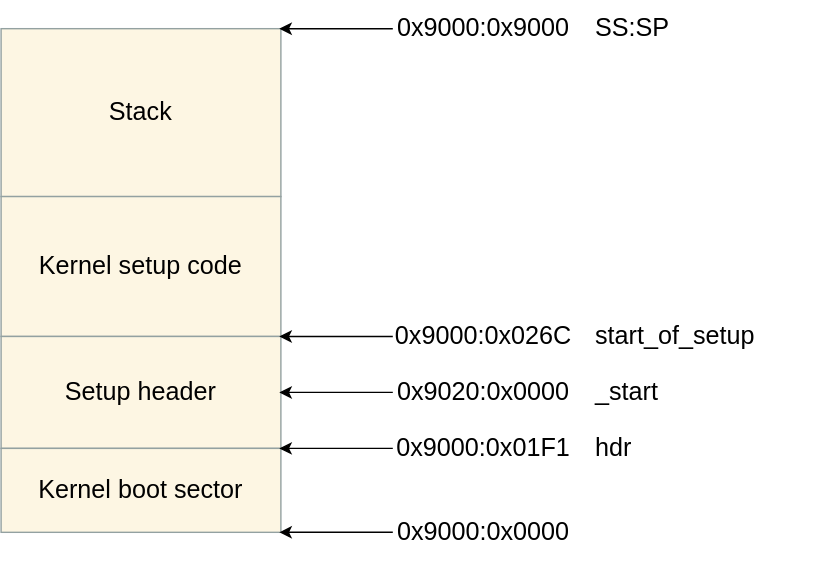
Earlier version of the draw.io export Booting/images/early-stack.svg (0xAX/linux-insides). Source tidied: cells renumbered, new cells last; positions are measured from the earlier drawing's top-left corner, leaving out a move shared by most shapes.
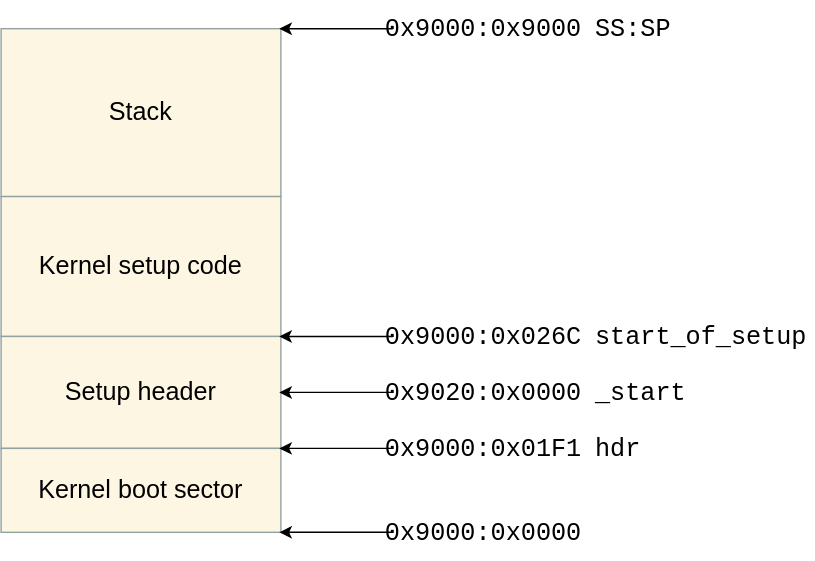
After the change.

What changed in the source:
```diff
@@ -20,10 +20,10 @@
         <mxPoint x="200" y="15" as="targetPoint" />
       </mxGeometry>
     </mxCell>
-    <mxCell id="7" value="0x9000:0x9000" style="text;html=1;align=center;verticalAlign=middle;whiteSpace=wrap;rounded=0;fontSize=18;fontFamily=Helvetica;fontColor=#000000;" parent="1" vertex="1">
+    <mxCell id="7" value="0x9000:0x9000" style="text;html=1;align=center;verticalAlign=middle;whiteSpace=wrap;rounded=0;fontSize=18;fontFamily=monospace;fontColor=#000000;" parent="1" vertex="1">
       <mxGeometry x="280" width="130" height="30" as="geometry" />
     </mxCell>
-    <mxCell id="8" value="SS:SP" style="text;html=1;align=left;verticalAlign=middle;whiteSpace=nowrap;rounded=0;fontSize=18;fontFamily=Helvetica;fontColor=#000000;" parent="1" vertex="1">
+    <mxCell id="8" value="SS:SP" style="text;html=1;align=left;verticalAlign=middle;whiteSpace=nowrap;rounded=0;fontSize=18;fontFamily=monospace;fontColor=#000000;" parent="1" vertex="1">
       <mxGeometry x="425" width="157" height="30" as="geometry" />
     </mxCell>
     <mxCell id="9" style="edgeStyle=orthogonalEdgeStyle;rounded=0;orthogonalLoop=1;html=1;" parent="1" edge="1">
@@ -32,10 +32,10 @@
         <mxPoint x="200" y="235" as="targetPoint" />
       </mxGeometry>
     </mxCell>
-    <mxCell id="10" value="0x9000:0x026C" style="text;html=1;align=center;verticalAlign=middle;whiteSpace=wrap;rounded=0;fontSize=18;fontFamily=Helvetica;fontColor=#000000;" parent="1" vertex="1">
+    <mxCell id="10" value="0x9000:0x026C" style="text;html=1;align=center;verticalAlign=middle;whiteSpace=wrap;rounded=0;fontSize=18;fontFamily=monospace;fontColor=#000000;" parent="1" vertex="1">
       <mxGeometry x="280" y="220" width="130" height="30" as="geometry" />
     </mxCell>
-    <mxCell id="11" value="start_of_setup" style="text;html=1;align=left;verticalAlign=middle;whiteSpace=nowrap;rounded=0;fontSize=18;fontFamily=Helvetica;fontColor=#000000;" parent="1" vertex="1">
+    <mxCell id="11" value="start_of_setup" style="text;html=1;align=left;verticalAlign=middle;whiteSpace=nowrap;rounded=0;fontSize=18;fontFamily=monospace;fontColor=#000000;" parent="1" vertex="1">
       <mxGeometry x="425" y="220" width="157" height="30" as="geometry" />
     </mxCell>
     <mxCell id="12" style="edgeStyle=orthogonalEdgeStyle;rounded=0;orthogonalLoop=1;html=1;" parent="1" edge="1">
@@ -44,10 +44,10 @@
         <mxPoint x="200" y="275" as="targetPoint" />
       </mxGeometry>
     </mxCell>
-    <mxCell id="13" value="0x9020:0x0000" style="text;html=1;align=center;verticalAlign=middle;whiteSpace=wrap;rounded=0;fontSize=18;fontFamily=Helvetica;fontColor=#000000;" parent="1" vertex="1">
+    <mxCell id="13" value="0x9020:0x0000" style="text;html=1;align=center;verticalAlign=middle;whiteSpace=wrap;rounded=0;fontSize=18;fontFamily=monospace;fontColor=#000000;" parent="1" vertex="1">
       <mxGeometry x="280" y="260" width="130" height="30" as="geometry" />
     </mxCell>
-    <mxCell id="14" value="_start" style="text;html=1;align=left;verticalAlign=middle;whiteSpace=nowrap;rounded=0;fontSize=18;fontFamily=Helvetica;fontColor=#000000;" parent="1" vertex="1">
+    <mxCell id="14" value="_start" style="text;html=1;align=left;verticalAlign=middle;whiteSpace=nowrap;rounded=0;fontSize=18;fontFamily=monospace;fontColor=#000000;" parent="1" vertex="1">
       <mxGeometry x="425" y="260" width="157" height="30" as="geometry" />
     </mxCell>
     <mxCell id="15" style="edgeStyle=orthogonalEdgeStyle;rounded=0;orthogonalLoop=1;html=1;" parent="1" edge="1">
@@ -56,10 +56,10 @@
         <mxPoint x="200" y="315" as="targetPoint" />
       </mxGeometry>
     </mxCell>
-    <mxCell id="16" value="0x9000:0x01F1" style="text;html=1;align=center;verticalAlign=middle;whiteSpace=wrap;rounded=0;fontSize=18;fontFamily=Helvetica;fontColor=#000000;" parent="1" vertex="1">
+    <mxCell id="16" value="0x9000:0x01F1" style="text;html=1;align=center;verticalAlign=middle;whiteSpace=wrap;rounded=0;fontSize=18;fontFamily=monospace;fontColor=#000000;" parent="1" vertex="1">
       <mxGeometry x="280" y="300" width="130" height="30" as="geometry" />
     </mxCell>
-    <mxCell id="17" value="hdr" style="text;html=1;align=left;verticalAlign=middle;whiteSpace=nowrap;rounded=0;fontSize=18;fontFamily=Helvetica;fontColor=#000000;" parent="1" vertex="1">
+    <mxCell id="17" value="hdr" style="text;html=1;align=left;verticalAlign=middle;whiteSpace=nowrap;rounded=0;fontSize=18;fontFamily=monospace;fontColor=#000000;" parent="1" vertex="1">
       <mxGeometry x="425" y="300" width="157" height="30" as="geometry" />
     </mxCell>
     <mxCell id="18" style="edgeStyle=orthogonalEdgeStyle;rounded=0;orthogonalLoop=1;html=1;" parent="1" edge="1">
@@ -68,7 +68,7 @@
         <mxPoint x="200" y="375" as="targetPoint" />
       </mxGeometry>
     </mxCell>
-    <mxCell id="19" value="0x9000:0x0000" style="text;html=1;align=center;verticalAlign=middle;whiteSpace=wrap;rounded=0;fontSize=18;fontFamily=Helvetica;fontColor=#000000;" parent="1" vertex="1">
+    <mxCell id="19" value="0x9000:0x0000" style="text;html=1;align=center;verticalAlign=middle;whiteSpace=wrap;rounded=0;fontSize=18;fontFamily=monospace;fontColor=#000000;" parent="1" vertex="1">
       <mxGeometry x="280" y="360" width="130" height="30" as="geometry" />
     </mxCell>
   </root>
```
